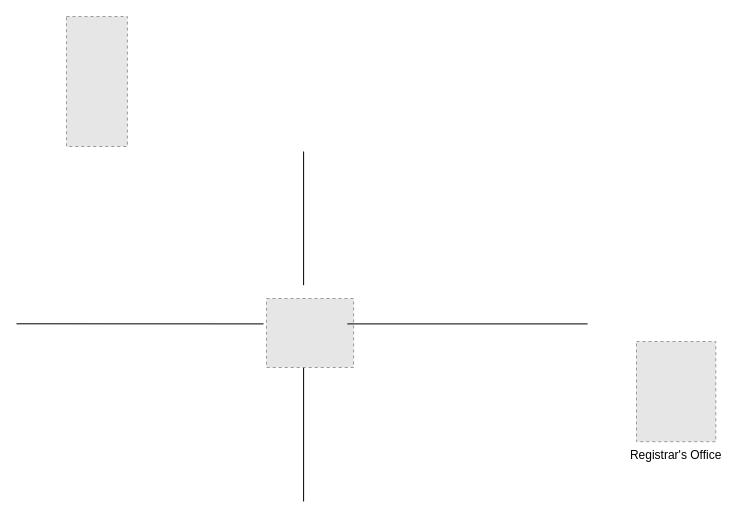
Above: Documentation/Rich_Picture_ASIS.drawio in injamam00155/CSE303-sec-04-Group-03 (draw.io), before the change. Source tidied: cells renumbered, new cells numbered last; positions are measured from the earlier drawing's top-left corner, leaving out a move shared by most shapes. Both pictures are drawn from the tidied source at 100%, with x=0, y=0 at pixel (16, 16). Pictures stored in the file or linked from it are replaced by grey dashed boxes.
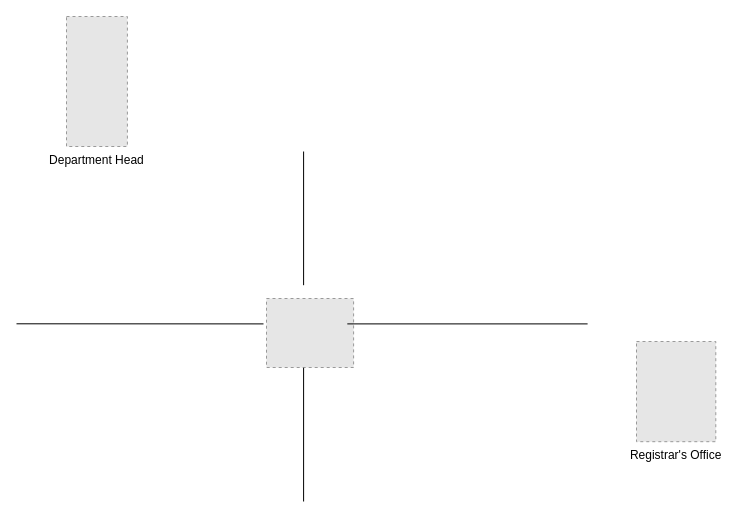
After the change.

What changed in the source:
```diff
@@
 <mxGraphModel>
   <root>
     <mxCell id="0" />
     <mxCell id="1" parent="0" />
-    <mxCell id="2" style="fillColor=#E6E6E6;strokeColor=#999999;dashed=1;verticalLabelPosition=bottom;verticalAlign=top;" parent="1" vertex="1">
+    <mxCell id="2" value="Department Head" style="fillColor=#E6E6E6;strokeColor=#999999;dashed=1;verticalLabelPosition=bottom;verticalAlign=top;" parent="1" vertex="1">
       <mxGeometry x="50" width="60.9" height="130" as="geometry" />
     </mxCell>
     <mxCell id="3" style="fillColor=#E6E6E6;strokeColor=#999999;dashed=1;verticalLabelPosition=bottom;verticalAlign=top;" parent="1" vertex="1">
       <mxGeometry x="250" y="282" width="87.1" height="69" as="geometry" />
     </mxCell>
     <mxCell id="4" style="endArrow=none;html=1;rounded=0;" parent="1" edge="1">
       <mxGeometry relative="1" as="geometry">
         <mxPoint x="330.8" y="307.4" as="sourcePoint" />
         <mxPoint x="571.1" y="307.4" as="targetPoint" />
       </mxGeometry>
     </mxCell>
     <mxCell id="5" style="endArrow=none;html=1;rounded=0;" parent="1" edge="1">
       <mxGeometry relative="1" as="geometry">
         <mxPoint y="307.3" as="sourcePoint" />
         <mxPoint x="247" y="307.4" as="targetPoint" />
       </mxGeometry>
     </mxCell>
     <mxCell id="6" style="endArrow=none;html=1;rounded=0;" parent="1" edge="1">
       <mxGeometry relative="1" as="geometry">
         <mxPoint x="287.1" y="485" as="sourcePoint" />
         <mxPoint x="287.1" y="351.3" as="targetPoint" />
       </mxGeometry>
     </mxCell>
     <mxCell id="7" style="endArrow=none;html=1;rounded=0;" parent="1" edge="1">
       <mxGeometry relative="1" as="geometry">
         <mxPoint x="287.1" y="268.7" as="sourcePoint" />
         <mxPoint x="287.1" y="135" as="targetPoint" />
       </mxGeometry>
     </mxCell>
     <mxCell id="8" value="Registrar's Office" style="fillColor=#E6E6E6;strokeColor=#999999;dashed=1;verticalLabelPosition=bottom;verticalAlign=top;" parent="1" vertex="1">
       <mxGeometry x="620" y="325" width="79.3" height="100.2" as="geometry" />
     </mxCell>
   </root>
 </mxGraphModel>
```
